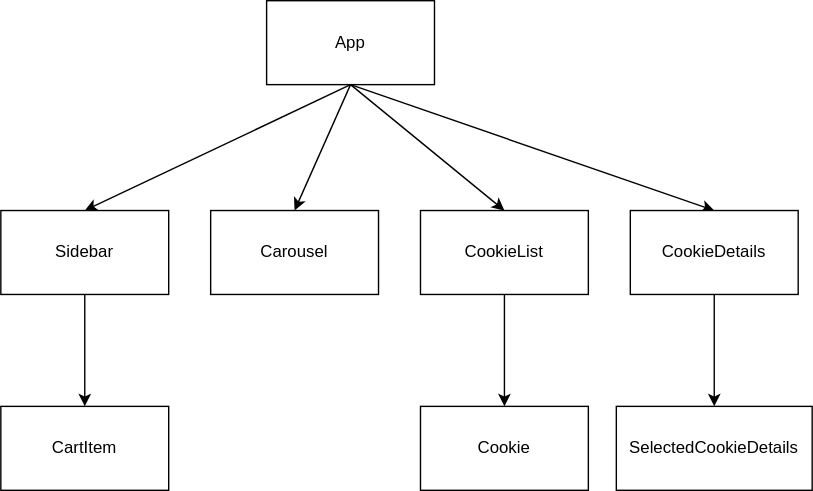
This is src/flowchart.drawio.svg from kassaundra08/Phase-3-Project, a draw.io export, as it was before one commit. Source tidied: cells renumbered, new cells last; positions are measured from the earlier drawing's top-left corner, leaving out a move shared by most shapes.
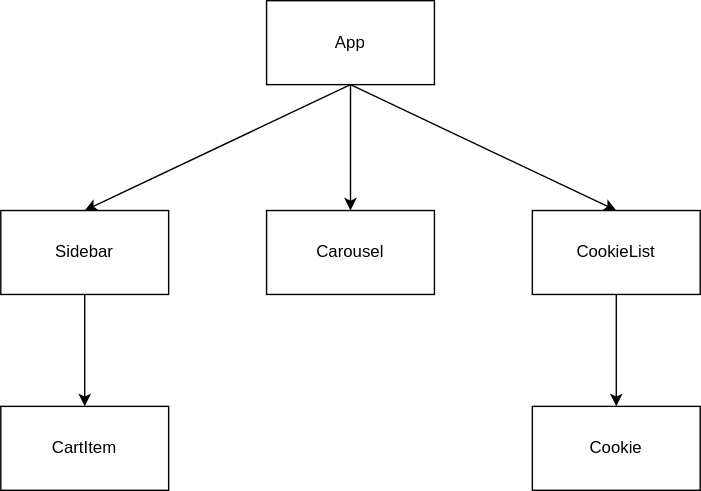
After the commit.

Change to the diagram source:
```diff
@@ -11,9 +11,6 @@
     <mxCell id="4" style="edgeStyle=none;html=1;exitX=0.5;exitY=1;exitDx=0;exitDy=0;entryX=0.5;entryY=0;entryDx=0;entryDy=0;" parent="1" edge="1" source="6" target="11">
       <mxGeometry relative="1" as="geometry" />
     </mxCell>
-    <mxCell id="5" style="edgeStyle=none;html=1;exitX=0.5;exitY=1;exitDx=0;exitDy=0;entryX=0.5;entryY=0;entryDx=0;entryDy=0;" parent="1" edge="1" source="6" target="13">
-      <mxGeometry relative="1" as="geometry" />
-    </mxCell>
     <mxCell id="6" value="App" style="rounded=0;whiteSpace=wrap;html=1;" parent="1" vertex="1">
       <mxGeometry x="190" width="120" height="60" as="geometry" />
     </mxCell>
@@ -24,26 +21,17 @@
       <mxGeometry y="150" width="120" height="60" as="geometry" />
     </mxCell>
     <mxCell id="9" value="Carousel" style="rounded=0;whiteSpace=wrap;html=1;" parent="1" vertex="1">
-      <mxGeometry x="150" y="150" width="120" height="60" as="geometry" />
+      <mxGeometry x="190" y="150" width="120" height="60" as="geometry" />
     </mxCell>
     <mxCell id="10" style="edgeStyle=none;html=1;exitX=0.5;exitY=1;exitDx=0;exitDy=0;entryX=0.5;entryY=0;entryDx=0;entryDy=0;" parent="1" edge="1" source="11" target="14">
       <mxGeometry relative="1" as="geometry" />
     </mxCell>
     <mxCell id="11" value="CookieList" style="rounded=0;whiteSpace=wrap;html=1;" parent="1" vertex="1">
-      <mxGeometry x="300" y="150" width="120" height="60" as="geometry" />
+      <mxGeometry x="380" y="150" width="120" height="60" as="geometry" />
     </mxCell>
-    <mxCell id="12" style="edgeStyle=none;html=1;exitX=0.5;exitY=1;exitDx=0;exitDy=0;entryX=0.5;entryY=0;entryDx=0;entryDy=0;" parent="1" edge="1" source="13" target="15">
-      <mxGeometry relative="1" as="geometry" />
-    </mxCell>
-    <mxCell id="13" value="CookieDetails" style="rounded=0;whiteSpace=wrap;html=1;" parent="1" vertex="1">
-      <mxGeometry x="450" y="150" width="120" height="60" as="geometry" />
-    </mxCell>
     <mxCell id="14" value="Cookie" style="rounded=0;whiteSpace=wrap;html=1;" parent="1" vertex="1">
-      <mxGeometry x="300" y="290" width="120" height="60" as="geometry" />
+      <mxGeometry x="380" y="290" width="120" height="60" as="geometry" />
     </mxCell>
-    <mxCell id="15" value="SelectedCookieDetails" style="rounded=0;whiteSpace=wrap;html=1;" parent="1" vertex="1">
-      <mxGeometry x="440" y="290" width="140" height="60" as="geometry" />
-    </mxCell>
     <mxCell id="16" value="CartItem" style="rounded=0;whiteSpace=wrap;html=1;" parent="1" vertex="1">
       <mxGeometry y="290" width="120" height="60" as="geometry" />
     </mxCell>
```
